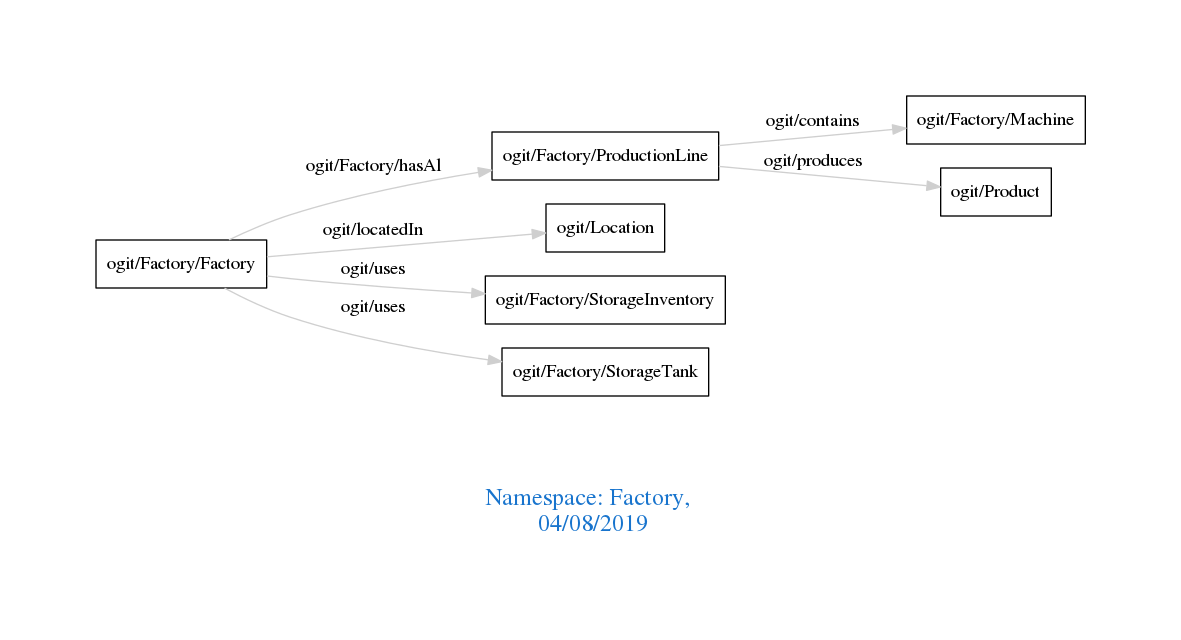
This is downloads/Factory.png from arago/OGIT, a Graphviz export, as it was before one commit. Its source is kept beside it as downloads/Factory.dot. Source of this version:
```dot
digraph OGIT_ontology {
 graph [ rankdir= LR,pad=1
fontsize = 18,
fontcolor= dodgerblue3,label = "\n\n\nNamespace: Factory, \n 04/08/2019"];
node[shape=polygon];
edge [  color="gray81"];

   "ogit/Factory/ProductionLine" -> "ogit/Factory/Machine" [label="   ogit/contains    "];
   "ogit/Factory/Factory" -> "ogit/Factory/ProductionLine" [label="   ogit/Factory/hasAl    "];
   "ogit/Factory/Factory" -> "ogit/Location" [label="   ogit/locatedIn    "];
   "ogit/Factory/ProductionLine" -> "ogit/Product" [label="   ogit/produces    "];
   "ogit/Factory/Factory" -> "ogit/Factory/StorageInventory" [label="   ogit/uses    "];
   "ogit/Factory/Factory" -> "ogit/Factory/StorageTank" [label="   ogit/uses    "];
}
```
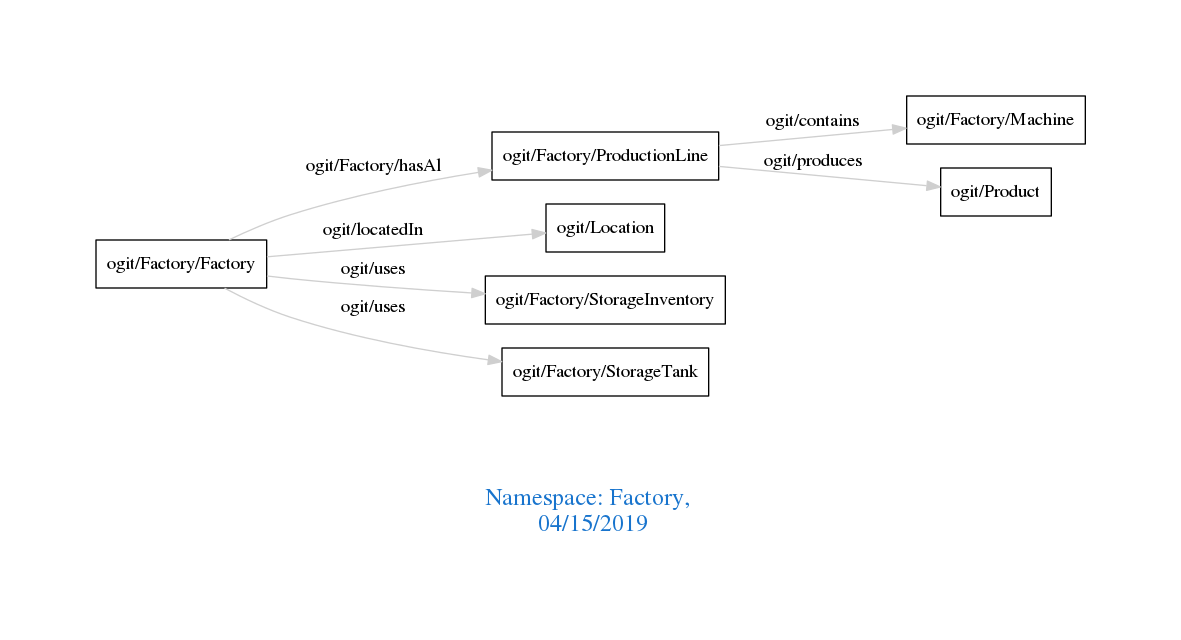
After the commit.

Diff of the diagram source:
```diff
@@ -1,7 +1,7 @@
 digraph OGIT_ontology {
  graph [ rankdir= LR,pad=1
 fontsize = 18,
-fontcolor= dodgerblue3,label = "\n\n\nNamespace: Factory, \n 04/08/2019"];
+fontcolor= dodgerblue3,label = "\n\n\nNamespace: Factory, \n 04/15/2019"];
 node[shape=polygon];
 edge [  color="gray81"];
 
```
